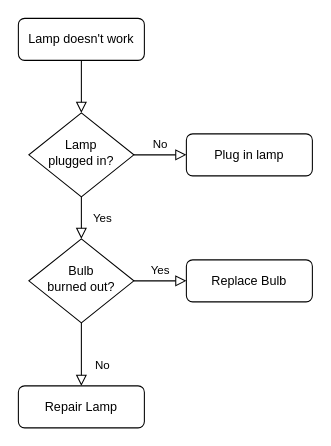
This is Untitled Diagram.drawio from negar-amin/BlazorEcommerce, a draw.io file, before an edit. Source tidied: cells renumbered, new cells numbered last; positions are measured from the earlier drawing's top-left corner, leaving out a move shared by most shapes. Both pictures are drawn from the tidied source at 105%, with x=0, y=0 at pixel (18, 18).
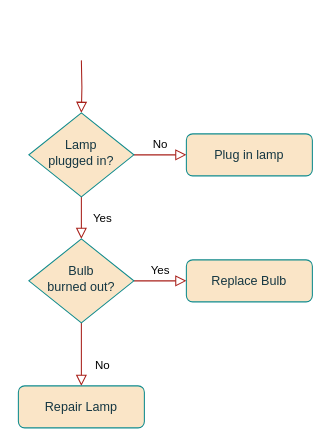
The same page after the edit.

What changed in the source:
```diff
@@
 <mxGraphModel>
   <root>
     <mxCell id="0" />
     <mxCell id="1" parent="0" />
-    <mxCell id="2" style="rounded=0;html=1;jettySize=auto;fontSize=11;endArrow=block;endFill=0;endSize=8;strokeWidth=1;shadow=0;labelBackgroundColor=none;edgeStyle=orthogonalEdgeStyle;" parent="1" edge="1" source="3" target="6">
-      <mxGeometry relative="1" as="geometry" />
+    <mxCell id="2" style="rounded=0;html=1;jettySize=auto;fontSize=11;endArrow=block;endFill=0;endSize=8;strokeWidth=1;shadow=0;labelBackgroundColor=none;edgeStyle=orthogonalEdgeStyle;strokeColor=#A8201A;fontColor=default;" parent="1" edge="1" target="6">
+      <mxGeometry relative="1" as="geometry">
+        <mxPoint x="60" y="40" as="sourcePoint" />
+      </mxGeometry>
     </mxCell>
-    <mxCell id="3" value="Lamp doesn't work" style="rounded=1;whiteSpace=wrap;html=1;fontSize=12;glass=0;strokeWidth=1;shadow=0;" parent="1" vertex="1">
-      <mxGeometry width="120" height="40" as="geometry" />
-    </mxCell>
-    <mxCell id="4" value="Yes" style="rounded=0;html=1;jettySize=auto;fontSize=11;endArrow=block;endFill=0;endSize=8;strokeWidth=1;shadow=0;labelBackgroundColor=none;edgeStyle=orthogonalEdgeStyle;" parent="1" edge="1" source="6" target="10">
+    <mxCell id="4" value="Yes" style="rounded=0;html=1;jettySize=auto;fontSize=11;endArrow=block;endFill=0;endSize=8;strokeWidth=1;shadow=0;labelBackgroundColor=none;edgeStyle=orthogonalEdgeStyle;strokeColor=#A8201A;fontColor=default;" parent="1" edge="1" source="6" target="10">
       <mxGeometry y="20" relative="1" as="geometry" />
     </mxCell>
-    <mxCell id="5" value="No" style="edgeStyle=orthogonalEdgeStyle;rounded=0;html=1;jettySize=auto;fontSize=11;endArrow=block;endFill=0;endSize=8;strokeWidth=1;shadow=0;labelBackgroundColor=none;" parent="1" edge="1" source="6" target="7">
+    <mxCell id="5" value="No" style="edgeStyle=orthogonalEdgeStyle;rounded=0;html=1;jettySize=auto;fontSize=11;endArrow=block;endFill=0;endSize=8;strokeWidth=1;shadow=0;labelBackgroundColor=none;strokeColor=#A8201A;fontColor=default;" parent="1" edge="1" source="6" target="7">
       <mxGeometry y="10" relative="1" as="geometry" />
     </mxCell>
-    <mxCell id="6" value="Lamp&lt;br&gt;plugged in?" style="rhombus;whiteSpace=wrap;html=1;shadow=0;fontFamily=Helvetica;fontSize=12;align=center;strokeWidth=1;spacing=6;spacingTop=-4;" parent="1" vertex="1">
+    <mxCell id="6" value="Lamp&lt;br&gt;plugged in?" style="rhombus;whiteSpace=wrap;html=1;shadow=0;fontFamily=Helvetica;fontSize=12;align=center;strokeWidth=1;spacing=6;spacingTop=-4;labelBackgroundColor=none;fillColor=#FAE5C7;strokeColor=#0F8B8D;fontColor=#143642;" parent="1" vertex="1">
       <mxGeometry x="10" y="90" width="100" height="80" as="geometry" />
     </mxCell>
-    <mxCell id="7" value="Plug in lamp" style="rounded=1;whiteSpace=wrap;html=1;fontSize=12;glass=0;strokeWidth=1;shadow=0;" parent="1" vertex="1">
+    <mxCell id="7" value="Plug in lamp" style="rounded=1;whiteSpace=wrap;html=1;fontSize=12;glass=0;strokeWidth=1;shadow=0;labelBackgroundColor=none;fillColor=#FAE5C7;strokeColor=#0F8B8D;fontColor=#143642;" parent="1" vertex="1">
       <mxGeometry x="160" y="110" width="120" height="40" as="geometry" />
     </mxCell>
-    <mxCell id="8" value="No" style="rounded=0;html=1;jettySize=auto;fontSize=11;endArrow=block;endFill=0;endSize=8;strokeWidth=1;shadow=0;labelBackgroundColor=none;edgeStyle=orthogonalEdgeStyle;" parent="1" edge="1" source="10" target="11">
+    <mxCell id="8" value="No" style="rounded=0;html=1;jettySize=auto;fontSize=11;endArrow=block;endFill=0;endSize=8;strokeWidth=1;shadow=0;labelBackgroundColor=none;edgeStyle=orthogonalEdgeStyle;strokeColor=#A8201A;fontColor=default;" parent="1" edge="1" source="10" target="11">
       <mxGeometry x="0.33" y="20" relative="1" as="geometry" />
     </mxCell>
-    <mxCell id="9" value="Yes" style="edgeStyle=orthogonalEdgeStyle;rounded=0;html=1;jettySize=auto;fontSize=11;endArrow=block;endFill=0;endSize=8;strokeWidth=1;shadow=0;labelBackgroundColor=none;" parent="1" edge="1" source="10" target="12">
+    <mxCell id="9" value="Yes" style="edgeStyle=orthogonalEdgeStyle;rounded=0;html=1;jettySize=auto;fontSize=11;endArrow=block;endFill=0;endSize=8;strokeWidth=1;shadow=0;labelBackgroundColor=none;strokeColor=#A8201A;fontColor=default;" parent="1" edge="1" source="10" target="12">
       <mxGeometry y="10" relative="1" as="geometry" />
     </mxCell>
-    <mxCell id="10" value="Bulb&lt;br&gt;burned out?" style="rhombus;whiteSpace=wrap;html=1;shadow=0;fontFamily=Helvetica;fontSize=12;align=center;strokeWidth=1;spacing=6;spacingTop=-4;" parent="1" vertex="1">
+    <mxCell id="10" value="Bulb&lt;br&gt;burned out?" style="rhombus;whiteSpace=wrap;html=1;shadow=0;fontFamily=Helvetica;fontSize=12;align=center;strokeWidth=1;spacing=6;spacingTop=-4;labelBackgroundColor=none;fillColor=#FAE5C7;strokeColor=#0F8B8D;fontColor=#143642;" parent="1" vertex="1">
       <mxGeometry x="10" y="210" width="100" height="80" as="geometry" />
     </mxCell>
-    <mxCell id="11" value="Repair Lamp" style="rounded=1;whiteSpace=wrap;html=1;fontSize=12;glass=0;strokeWidth=1;shadow=0;" parent="1" vertex="1">
+    <mxCell id="11" value="Repair Lamp" style="rounded=1;whiteSpace=wrap;html=1;fontSize=12;glass=0;strokeWidth=1;shadow=0;labelBackgroundColor=none;fillColor=#FAE5C7;strokeColor=#0F8B8D;fontColor=#143642;" parent="1" vertex="1">
       <mxGeometry y="350" width="120" height="40" as="geometry" />
     </mxCell>
-    <mxCell id="12" value="Replace Bulb" style="rounded=1;whiteSpace=wrap;html=1;fontSize=12;glass=0;strokeWidth=1;shadow=0;" parent="1" vertex="1">
+    <mxCell id="12" value="Replace Bulb" style="rounded=1;whiteSpace=wrap;html=1;fontSize=12;glass=0;strokeWidth=1;shadow=0;labelBackgroundColor=none;fillColor=#FAE5C7;strokeColor=#0F8B8D;fontColor=#143642;" parent="1" vertex="1">
       <mxGeometry x="160" y="230" width="120" height="40" as="geometry" />
     </mxCell>
   </root>
 </mxGraphModel>
```
